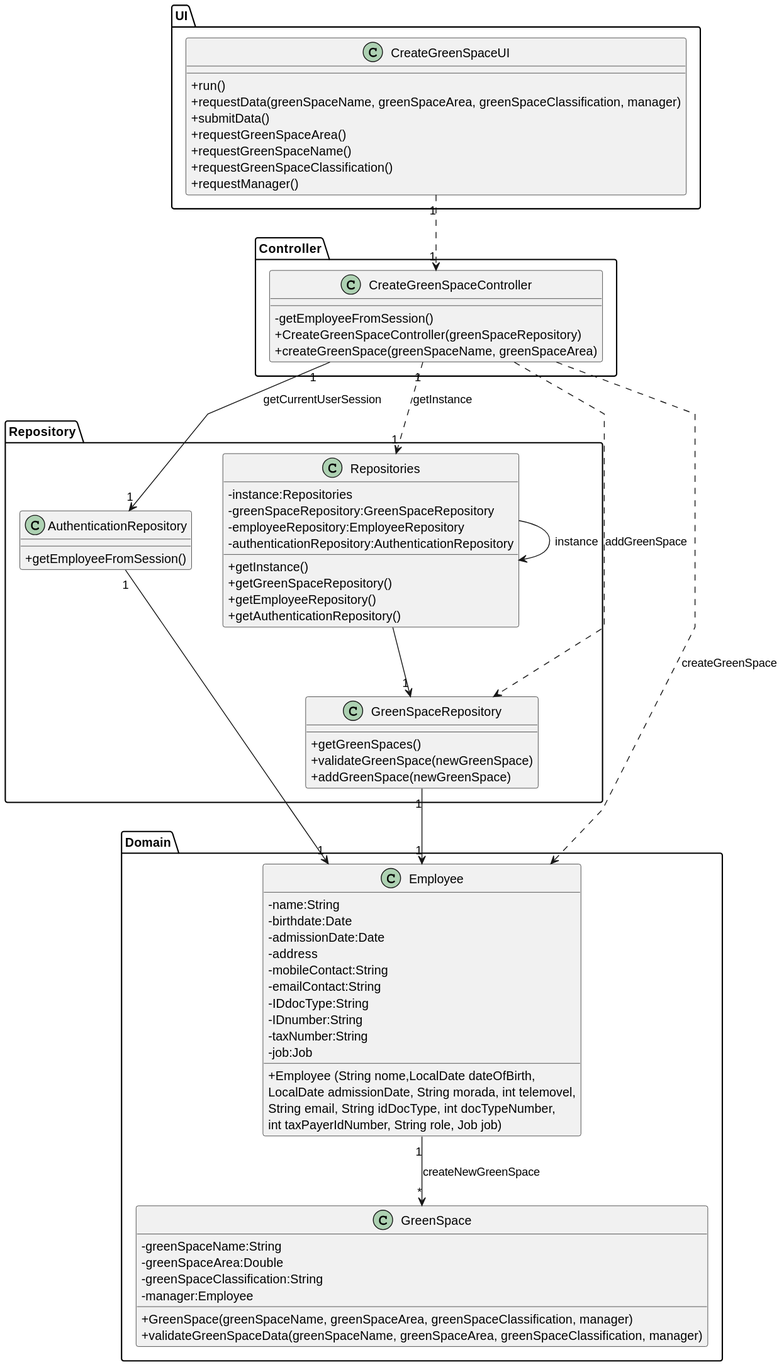
Before: docs/sprintC/us20/03.design/svg/us20-class-diagram.svg, a diagram exported from PlantUML (Paulo-Pereira-at-ISEP/lei-24-s2-1nanb-g321).
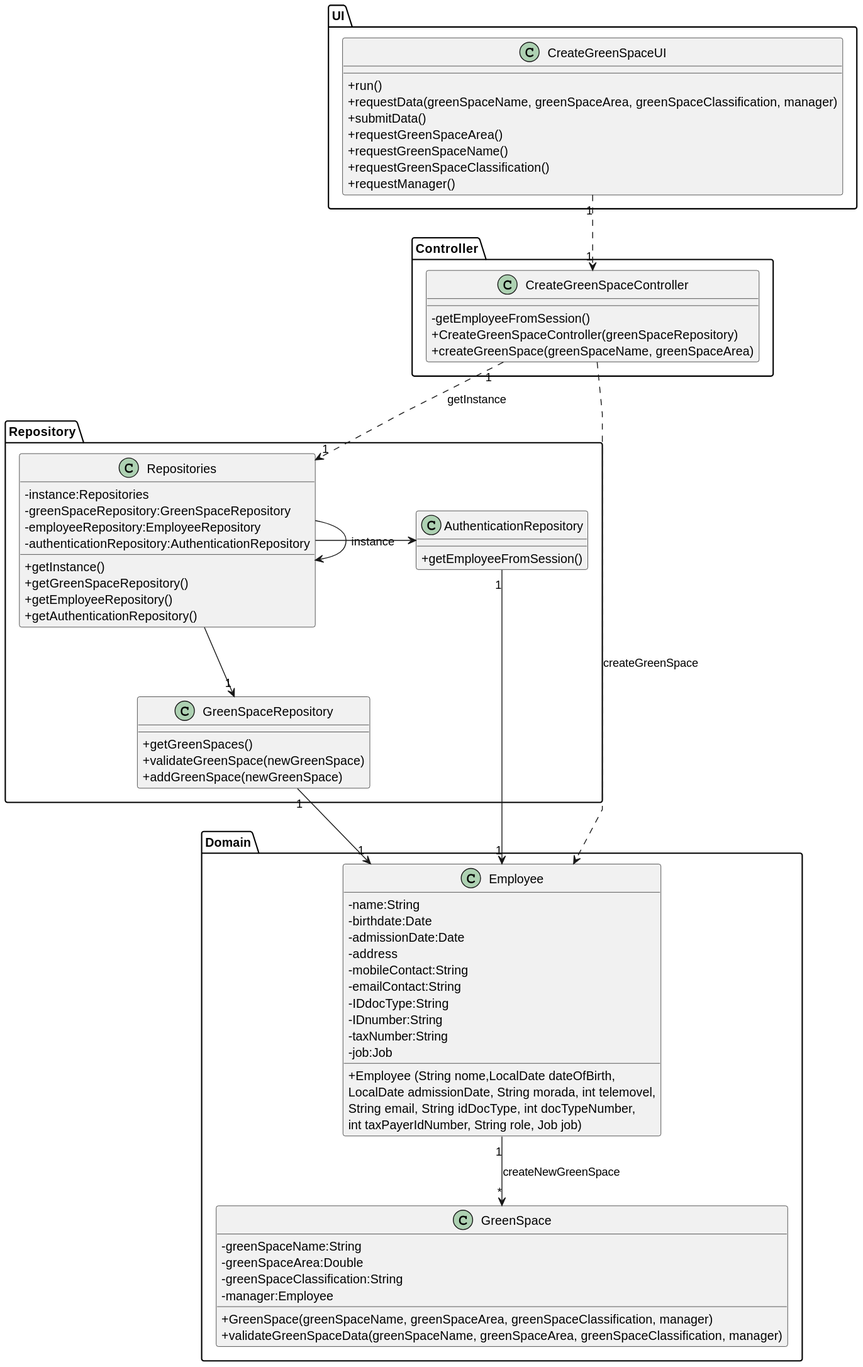
After the commit.

Diff of the diagram source:
```diff
@@ -82,6 +82,7 @@
 
 Repositories --> "1" GreenSpaceRepository
 Repositories -> Repositories : instance
+Repositories -> AuthenticationRepository
 
 GreenSpaceRepository "1" --> "1" Employee
 
@@ -89,8 +90,6 @@
 
 CreateGreenSpaceController "1" ..> "1" Repositories : getInstance
 CreateGreenSpaceController ..> Employee : createGreenSpace
-CreateGreenSpaceController "1" --> "1" AuthenticationRepository : getCurrentUserSession
-CreateGreenSpaceController ..> GreenSpaceRepository: addGreenSpace
 
 Employee "1" --> "*" GreenSpace : createNewGreenSpace
 @enduml
```
